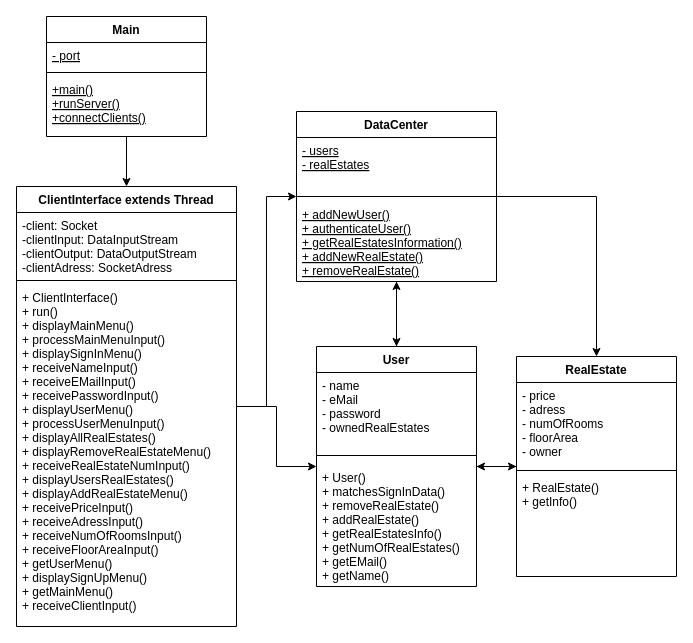
Above: EntwurfsdiagrammServer.drawio in FabioKron/Online-Immobilienportal (draw.io), before the change. Source tidied: cells renumbered, new cells numbered last; positions are measured from the earlier drawing's top-left corner, leaving out a move shared by most shapes. Both pictures are drawn from the tidied source at 100%, with x=0, y=0 at pixel (16, 16).
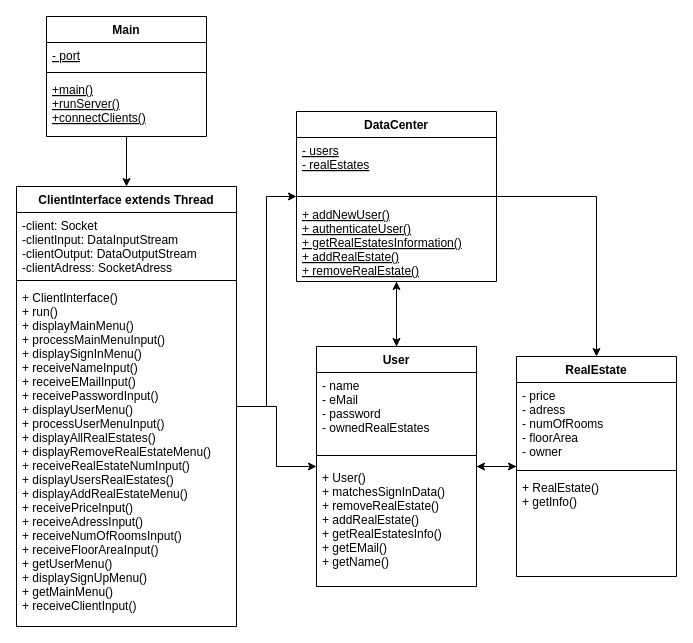
Above is the later version.

Commit message (it also covers changes not shown here):
Entfernen von getNumOfRealEstates in User da die Methode nicht benötigt wird

The change refers to these unchanged cells:
```xml
<mxCell id="15" value="User" style="swimlane;fontStyle=1;align=center;verticalAlign=top;horizontal=1;startSize=26;" parent="1" vertex="1">
  <mxGeometry x="300" y="330" width="160" height="240" as="geometry" />
</mxCell>
<mxCell id="21" value="DataCenter" style="swimlane;fontStyle=1;align=center;verticalAlign=top;horizontal=1;startSize=26;" parent="1" vertex="1">
  <mxGeometry x="280" y="95" width="200" height="170" as="geometry" />
</mxCell>
```

The edit, as a diff of the source:
```diff
@@
-    <mxCell id="18" value="+ User()&#10;+ matchesSignInData()&#10;+ removeRealEstate()&#10;+ addRealEstate()&#10;+ getRealEstatesInfo()&#10;+ getNumOfRealEstates()&#10;+ getEMail()&#10;+ getName()" style="text;strokeColor=none;fillColor=none;align=left;verticalAlign=top;spacingLeft=4;spacingRight=4;overflow=hidden;" parent="15" vertex="1">
+    <mxCell id="18" value="+ User()&#10;+ matchesSignInData()&#10;+ removeRealEstate()&#10;+ addRealEstate()&#10;+ getRealEstatesInfo()&#10;+ getEMail()&#10;+ getName()" style="text;strokeColor=none;fillColor=none;align=left;verticalAlign=top;spacingLeft=4;spacingRight=4;overflow=hidden;" parent="15" vertex="1">
       <mxGeometry y="118" width="160" height="122" as="geometry" />
     </mxCell>
@@
-    <mxCell id="24" value="+ addNewUser()&#10;+ authenticateUser()&#10;+ getRealEstatesInformation()&#10;+ addNewRealEstate()&#10;+ removeRealEstate()" style="text;strokeColor=none;fillColor=none;align=left;verticalAlign=top;spacingLeft=4;spacingRight=4;overflow=hidden;fontStyle=4;" parent="21" vertex="1">
+    <mxCell id="24" value="+ addNewUser()&#10;+ authenticateUser()&#10;+ getRealEstatesInformation()&#10;+ addRealEstate()&#10;+ removeRealEstate()" style="text;strokeColor=none;fillColor=none;align=left;verticalAlign=top;spacingLeft=4;spacingRight=4;overflow=hidden;fontStyle=4;" parent="21" vertex="1">
       <mxGeometry y="90" width="200" height="80" as="geometry" />
     </mxCell>
```
